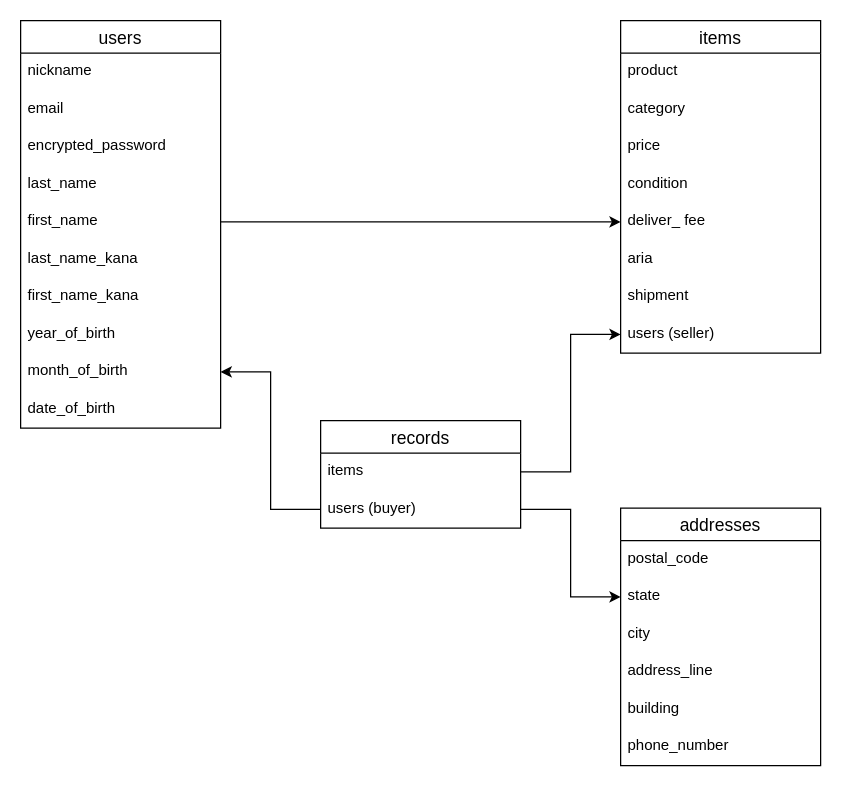
kooo0223/furima-36177 keeps this draw.io diagram as app/controllers/ER.dio. Above is the earlier version. Source tidied: cells renumbered, new cells numbered last; positions are measured from the earlier drawing's top-left corner, leaving out a move shared by most shapes. Both pictures are drawn from the tidied source at 125%, with x=0, y=0 at pixel (20, 20).
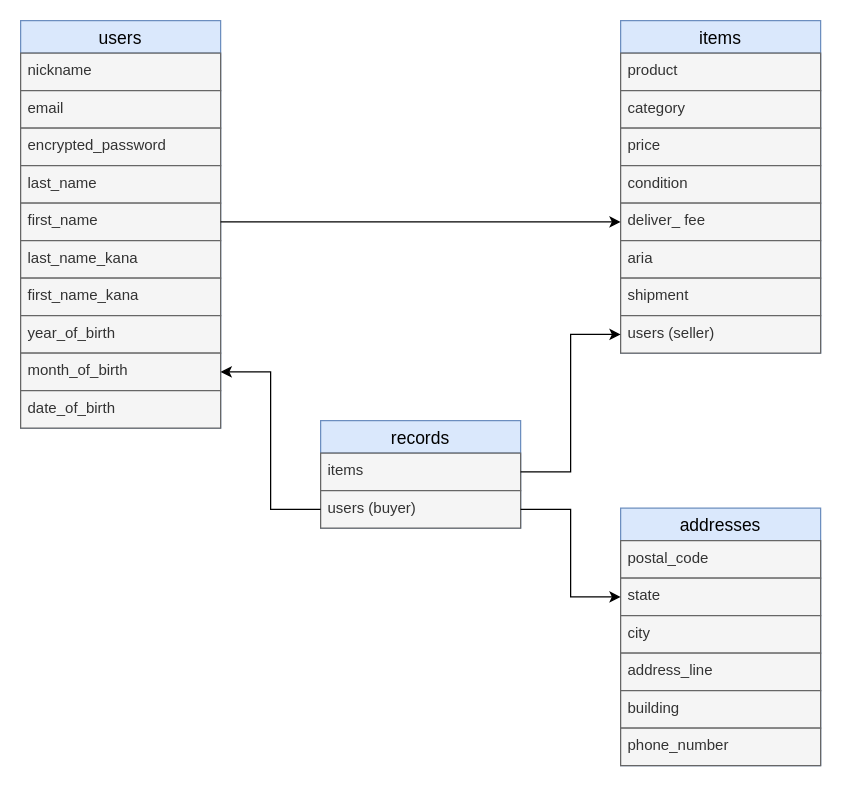
After the change.

Commit message (it also covers changes not shown here):
READMEファイルの修正_1

What changed in the source:
```diff
@@
-    <mxCell id="2" value="users" style="swimlane;fontStyle=0;horizontal=1;startSize=26;align=center;fontSize=14;" parent="1" vertex="1">
+    <mxCell id="2" value="users" style="swimlane;fontStyle=0;horizontal=1;startSize=26;align=center;fontSize=14;fillColor=#dae8fc;strokeColor=#6c8ebf;fontColor=#000000;" parent="1" vertex="1">
       <mxGeometry width="160" height="326" as="geometry" />
     </mxCell>
-    <mxCell id="3" value="nickname" style="text;strokeColor=none;fillColor=none;spacingLeft=4;spacingRight=4;overflow=hidden;fontSize=12;" parent="2" vertex="1">
+    <mxCell id="3" value="nickname" style="text;strokeColor=#666666;fillColor=#f5f5f5;spacingLeft=4;spacingRight=4;overflow=hidden;fontSize=12;fontColor=#333333;" parent="2" vertex="1">
       <mxGeometry y="26" width="160" height="30" as="geometry" />
     </mxCell>
-    <mxCell id="4" value="email" style="text;strokeColor=none;fillColor=none;spacingLeft=4;spacingRight=4;overflow=hidden;fontSize=12;" parent="2" vertex="1">
+    <mxCell id="4" value="email" style="text;strokeColor=#666666;fillColor=#f5f5f5;spacingLeft=4;spacingRight=4;overflow=hidden;fontSize=12;fontColor=#333333;" parent="2" vertex="1">
       <mxGeometry y="56" width="160" height="30" as="geometry" />
     </mxCell>
-    <mxCell id="5" value="encrypted_password" style="text;strokeColor=none;fillColor=none;spacingLeft=4;spacingRight=4;overflow=hidden;fontSize=12;" parent="2" vertex="1">
+    <mxCell id="5" value="encrypted_password" style="text;strokeColor=#666666;fillColor=#f5f5f5;spacingLeft=4;spacingRight=4;overflow=hidden;fontSize=12;fontColor=#333333;" parent="2" vertex="1">
       <mxGeometry y="86" width="160" height="30" as="geometry" />
     </mxCell>
-    <mxCell id="6" value="last_name" style="text;strokeColor=none;fillColor=none;spacingLeft=4;spacingRight=4;overflow=hidden;fontSize=12;" parent="2" vertex="1">
+    <mxCell id="6" value="last_name" style="text;strokeColor=#666666;fillColor=#f5f5f5;spacingLeft=4;spacingRight=4;overflow=hidden;fontSize=12;fontColor=#333333;" parent="2" vertex="1">
       <mxGeometry y="116" width="160" height="30" as="geometry" />
     </mxCell>
-    <mxCell id="7" value="first_name" style="text;strokeColor=none;fillColor=none;spacingLeft=4;spacingRight=4;overflow=hidden;points=[[0,0.5],[1,0.5]];portConstraint=eastwest;fontSize=12;" parent="2" vertex="1">
+    <mxCell id="7" value="first_name" style="text;strokeColor=#666666;fillColor=#f5f5f5;spacingLeft=4;spacingRight=4;overflow=hidden;points=[[0,0.5],[1,0.5]];portConstraint=eastwest;fontSize=12;fontColor=#333333;" parent="2" vertex="1">
       <mxGeometry y="146" width="160" height="30" as="geometry" />
     </mxCell>
-    <mxCell id="8" value="last_name_kana" style="text;strokeColor=none;fillColor=none;spacingLeft=4;spacingRight=4;overflow=hidden;fontSize=12;" parent="2" vertex="1">
+    <mxCell id="8" value="last_name_kana" style="text;strokeColor=#666666;fillColor=#f5f5f5;spacingLeft=4;spacingRight=4;overflow=hidden;fontSize=12;fontColor=#333333;" parent="2" vertex="1">
       <mxGeometry y="176" width="160" height="30" as="geometry" />
     </mxCell>
-    <mxCell id="9" value="first_name_kana" style="text;strokeColor=none;fillColor=none;spacingLeft=4;spacingRight=4;overflow=hidden;fontSize=12;" parent="2" vertex="1">
+    <mxCell id="9" value="first_name_kana" style="text;strokeColor=#666666;fillColor=#f5f5f5;spacingLeft=4;spacingRight=4;overflow=hidden;fontSize=12;fontColor=#333333;" parent="2" vertex="1">
       <mxGeometry y="206" width="160" height="30" as="geometry" />
     </mxCell>
-    <mxCell id="10" value="year_of_birth" style="text;strokeColor=none;fillColor=none;spacingLeft=4;spacingRight=4;overflow=hidden;fontSize=12;" parent="2" vertex="1">
+    <mxCell id="10" value="year_of_birth" style="text;strokeColor=#666666;fillColor=#f5f5f5;spacingLeft=4;spacingRight=4;overflow=hidden;fontSize=12;fontColor=#333333;" parent="2" vertex="1">
       <mxGeometry y="236" width="160" height="30" as="geometry" />
     </mxCell>
-    <mxCell id="11" value="month_of_birth" style="text;strokeColor=none;fillColor=none;spacingLeft=4;spacingRight=4;overflow=hidden;points=[[0,0.5],[1,0.5]];portConstraint=eastwest;fontSize=12;" parent="2" vertex="1">
+    <mxCell id="11" value="month_of_birth" style="text;strokeColor=#666666;fillColor=#f5f5f5;spacingLeft=4;spacingRight=4;overflow=hidden;points=[[0,0.5],[1,0.5]];portConstraint=eastwest;fontSize=12;fontColor=#333333;" parent="2" vertex="1">
       <mxGeometry y="266" width="160" height="30" as="geometry" />
     </mxCell>
-    <mxCell id="12" value="date_of_birth" style="text;strokeColor=none;fillColor=none;spacingLeft=4;spacingRight=4;overflow=hidden;fontSize=12;" parent="2" vertex="1">
+    <mxCell id="12" value="date_of_birth" style="text;strokeColor=#666666;fillColor=#f5f5f5;spacingLeft=4;spacingRight=4;overflow=hidden;fontSize=12;fontColor=#333333;" parent="2" vertex="1">
       <mxGeometry y="296" width="160" height="30" as="geometry" />
     </mxCell>
-    <mxCell id="13" value="items" style="swimlane;fontStyle=0;horizontal=1;startSize=26;align=center;fontSize=14;" parent="1" vertex="1">
+    <mxCell id="13" value="items" style="swimlane;fontStyle=0;horizontal=1;startSize=26;align=center;fontSize=14;fillColor=#dae8fc;strokeColor=#6c8ebf;fontColor=#000000;" parent="1" vertex="1">
       <mxGeometry x="480" width="160" height="266" as="geometry" />
     </mxCell>
-    <mxCell id="14" value="product" style="text;strokeColor=none;fillColor=none;spacingLeft=4;spacingRight=4;overflow=hidden;fontSize=12;" parent="13" vertex="1">
+    <mxCell id="14" value="product" style="text;strokeColor=#666666;fillColor=#f5f5f5;spacingLeft=4;spacingRight=4;overflow=hidden;fontSize=12;fontColor=#333333;" parent="13" vertex="1">
       <mxGeometry y="26" width="160" height="30" as="geometry" />
     </mxCell>
-    <mxCell id="15" value="category" style="text;strokeColor=none;fillColor=none;spacingLeft=4;spacingRight=4;overflow=hidden;fontSize=12;" parent="13" vertex="1">
+    <mxCell id="15" value="category" style="text;strokeColor=#666666;fillColor=#f5f5f5;spacingLeft=4;spacingRight=4;overflow=hidden;fontSize=12;fontColor=#333333;" parent="13" vertex="1">
       <mxGeometry y="56" width="160" height="30" as="geometry" />
     </mxCell>
-    <mxCell id="16" value="price" style="text;strokeColor=none;fillColor=none;spacingLeft=4;spacingRight=4;overflow=hidden;fontSize=12;" parent="13" vertex="1">
+    <mxCell id="16" value="price" style="text;strokeColor=#666666;fillColor=#f5f5f5;spacingLeft=4;spacingRight=4;overflow=hidden;fontSize=12;fontColor=#333333;" parent="13" vertex="1">
       <mxGeometry y="86" width="160" height="30" as="geometry" />
     </mxCell>
-    <mxCell id="17" value="condition" style="text;strokeColor=none;fillColor=none;spacingLeft=4;spacingRight=4;overflow=hidden;fontSize=12;" parent="13" vertex="1">
+    <mxCell id="17" value="condition" style="text;strokeColor=#666666;fillColor=#f5f5f5;spacingLeft=4;spacingRight=4;overflow=hidden;fontSize=12;fontColor=#333333;" parent="13" vertex="1">
       <mxGeometry y="116" width="160" height="30" as="geometry" />
     </mxCell>
-    <mxCell id="18" value="deliver_ fee" style="text;strokeColor=none;fillColor=none;spacingLeft=4;spacingRight=4;overflow=hidden;points=[[0,0.5],[1,0.5]];portConstraint=eastwest;fontSize=12;" parent="13" vertex="1">
+    <mxCell id="18" value="deliver_ fee" style="text;strokeColor=#666666;fillColor=#f5f5f5;spacingLeft=4;spacingRight=4;overflow=hidden;points=[[0,0.5],[1,0.5]];portConstraint=eastwest;fontSize=12;fontColor=#333333;" parent="13" vertex="1">
       <mxGeometry y="146" width="160" height="30" as="geometry" />
     </mxCell>
-    <mxCell id="19" value="aria" style="text;strokeColor=none;fillColor=none;spacingLeft=4;spacingRight=4;overflow=hidden;fontSize=12;" parent="13" vertex="1">
+    <mxCell id="19" value="aria" style="text;strokeColor=#666666;fillColor=#f5f5f5;spacingLeft=4;spacingRight=4;overflow=hidden;fontSize=12;fontColor=#333333;" parent="13" vertex="1">
       <mxGeometry y="176" width="160" height="30" as="geometry" />
     </mxCell>
-    <mxCell id="20" value="shipment" style="text;strokeColor=none;fillColor=none;spacingLeft=4;spacingRight=4;overflow=hidden;fontSize=12;" parent="13" vertex="1">
+    <mxCell id="20" value="shipment" style="text;strokeColor=#666666;fillColor=#f5f5f5;spacingLeft=4;spacingRight=4;overflow=hidden;fontSize=12;fontColor=#333333;" parent="13" vertex="1">
       <mxGeometry y="206" width="160" height="30" as="geometry" />
     </mxCell>
-    <mxCell id="21" value="users (seller)" style="text;strokeColor=none;fillColor=none;spacingLeft=4;spacingRight=4;overflow=hidden;points=[[0,0.5],[1,0.5]];portConstraint=eastwest;fontSize=12;" parent="13" vertex="1">
+    <mxCell id="21" value="users (seller)" style="text;strokeColor=#666666;fillColor=#f5f5f5;spacingLeft=4;spacingRight=4;overflow=hidden;points=[[0,0.5],[1,0.5]];portConstraint=eastwest;fontSize=12;fontColor=#333333;" parent="13" vertex="1">
       <mxGeometry y="236" width="160" height="30" as="geometry" />
     </mxCell>
@@
-    <mxCell id="23" value="records" style="swimlane;fontStyle=0;horizontal=1;startSize=26;align=center;fontSize=14;" parent="1" vertex="1">
+    <mxCell id="23" value="records" style="swimlane;fontStyle=0;horizontal=1;startSize=26;align=center;fontSize=14;fillColor=#dae8fc;strokeColor=#6c8ebf;fontColor=#000000;" parent="1" vertex="1">
       <mxGeometry x="240" y="320" width="160" height="86" as="geometry" />
     </mxCell>
-    <mxCell id="24" value="items" style="text;strokeColor=none;fillColor=none;spacingLeft=4;spacingRight=4;overflow=hidden;points=[[0,0.5],[1,0.5]];portConstraint=eastwest;fontSize=12;" parent="23" vertex="1">
+    <mxCell id="24" value="items" style="text;strokeColor=#666666;fillColor=#f5f5f5;spacingLeft=4;spacingRight=4;overflow=hidden;points=[[0,0.5],[1,0.5]];portConstraint=eastwest;fontSize=12;fontColor=#333333;" parent="23" vertex="1">
       <mxGeometry y="26" width="160" height="30" as="geometry" />
     </mxCell>
-    <mxCell id="25" value="users (buyer)" style="text;strokeColor=none;fillColor=none;spacingLeft=4;spacingRight=4;overflow=hidden;points=[[0,0.5],[1,0.5]];portConstraint=eastwest;fontSize=12;" parent="23" vertex="1">
+    <mxCell id="25" value="users (buyer)" style="text;strokeColor=#666666;fillColor=#f5f5f5;spacingLeft=4;spacingRight=4;overflow=hidden;points=[[0,0.5],[1,0.5]];portConstraint=eastwest;fontSize=12;fontColor=#333333;" parent="23" vertex="1">
       <mxGeometry y="56" width="160" height="30" as="geometry" />
     </mxCell>
-    <mxCell id="26" value="addresses" style="swimlane;fontStyle=0;horizontal=1;startSize=26;align=center;fontSize=14;" parent="1" vertex="1">
+    <mxCell id="26" value="addresses" style="swimlane;fontStyle=0;horizontal=1;startSize=26;align=center;fontSize=14;fillColor=#dae8fc;strokeColor=#6c8ebf;fontColor=#000000;" parent="1" vertex="1">
       <mxGeometry x="480" y="390" width="160" height="206" as="geometry" />
     </mxCell>
-    <mxCell id="27" value="postal_code" style="text;strokeColor=none;fillColor=none;spacingLeft=4;spacingRight=4;overflow=hidden;fontSize=12;" parent="26" vertex="1">
+    <mxCell id="27" value="postal_code" style="text;strokeColor=#666666;fillColor=#f5f5f5;spacingLeft=4;spacingRight=4;overflow=hidden;fontSize=12;fontColor=#333333;" parent="26" vertex="1">
       <mxGeometry y="26" width="160" height="30" as="geometry" />
     </mxCell>
-    <mxCell id="28" value="state" style="text;strokeColor=none;fillColor=none;spacingLeft=4;spacingRight=4;overflow=hidden;points=[[0,0.5],[1,0.5]];portConstraint=eastwest;fontSize=12;" parent="26" vertex="1">
+    <mxCell id="28" value="state" style="text;strokeColor=#666666;fillColor=#f5f5f5;spacingLeft=4;spacingRight=4;overflow=hidden;points=[[0,0.5],[1,0.5]];portConstraint=eastwest;fontSize=12;fontColor=#333333;" parent="26" vertex="1">
       <mxGeometry y="56" width="160" height="30" as="geometry" />
     </mxCell>
-    <mxCell id="29" value="city" style="text;strokeColor=none;fillColor=none;spacingLeft=4;spacingRight=4;overflow=hidden;fontSize=12;" parent="26" vertex="1">
+    <mxCell id="29" value="city" style="text;strokeColor=#666666;fillColor=#f5f5f5;spacingLeft=4;spacingRight=4;overflow=hidden;fontSize=12;fontColor=#333333;" parent="26" vertex="1">
       <mxGeometry y="86" width="160" height="30" as="geometry" />
     </mxCell>
-    <mxCell id="30" value="address_line" style="text;strokeColor=none;fillColor=none;spacingLeft=4;spacingRight=4;overflow=hidden;fontSize=12;" parent="26" vertex="1">
+    <mxCell id="30" value="address_line" style="text;strokeColor=#666666;fillColor=#f5f5f5;spacingLeft=4;spacingRight=4;overflow=hidden;fontSize=12;fontColor=#333333;" parent="26" vertex="1">
       <mxGeometry y="116" width="160" height="30" as="geometry" />
     </mxCell>
-    <mxCell id="31" value="building" style="text;strokeColor=none;fillColor=none;spacingLeft=4;spacingRight=4;overflow=hidden;fontSize=12;" parent="26" vertex="1">
+    <mxCell id="31" value="building" style="text;strokeColor=#666666;fillColor=#f5f5f5;spacingLeft=4;spacingRight=4;overflow=hidden;fontSize=12;fontColor=#333333;" parent="26" vertex="1">
       <mxGeometry y="146" width="160" height="30" as="geometry" />
     </mxCell>
-    <mxCell id="32" value="phone_number" style="text;strokeColor=none;fillColor=none;spacingLeft=4;spacingRight=4;overflow=hidden;fontSize=12;" parent="26" vertex="1">
+    <mxCell id="32" value="phone_number" style="text;strokeColor=#666666;fillColor=#f5f5f5;spacingLeft=4;spacingRight=4;overflow=hidden;fontSize=12;fontColor=#333333;" parent="26" vertex="1">
       <mxGeometry y="176" width="160" height="30" as="geometry" />
     </mxCell>
```
